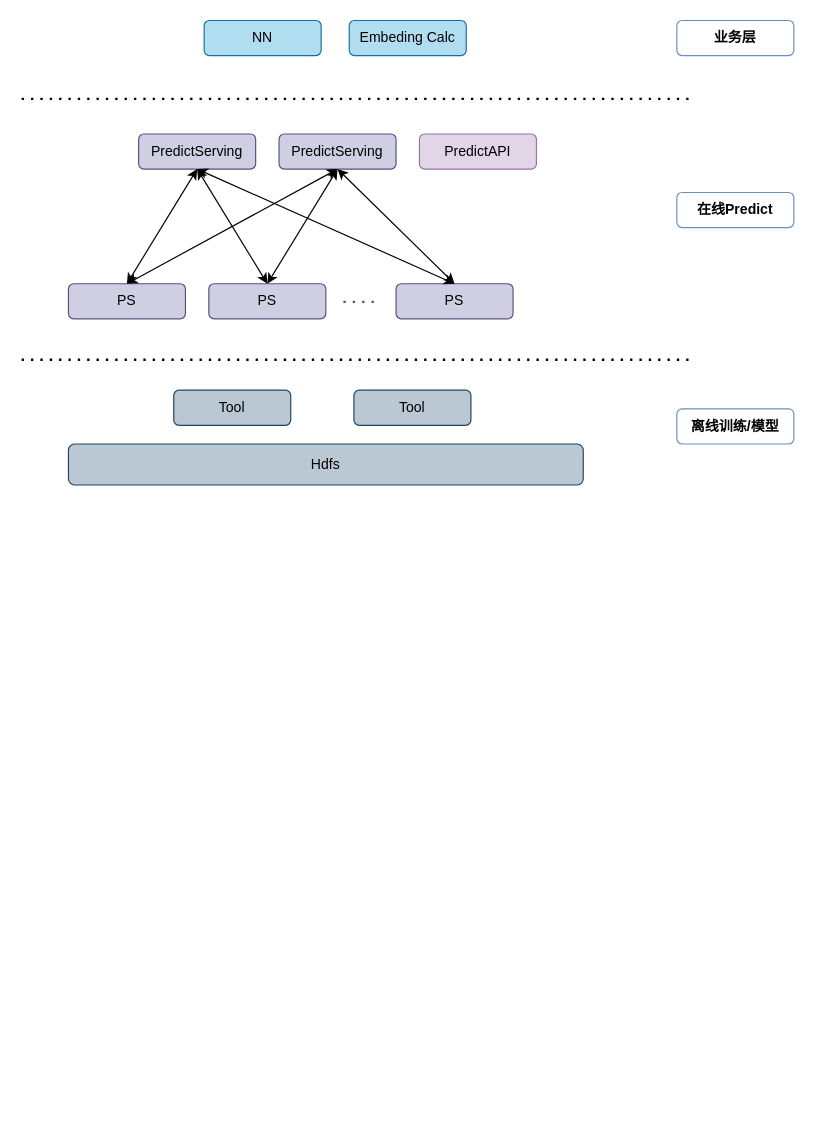
Before: NN-PS Diagram.drawio in JackHsiung/totoro, a draw.io diagram. Source tidied: cells renumbered, new cells numbered last; positions are measured from the earlier drawing's top-left corner, leaving out a move shared by most shapes. Both pictures are drawn from the tidied source at 117%, with x=0, y=0 at pixel (21, 20).
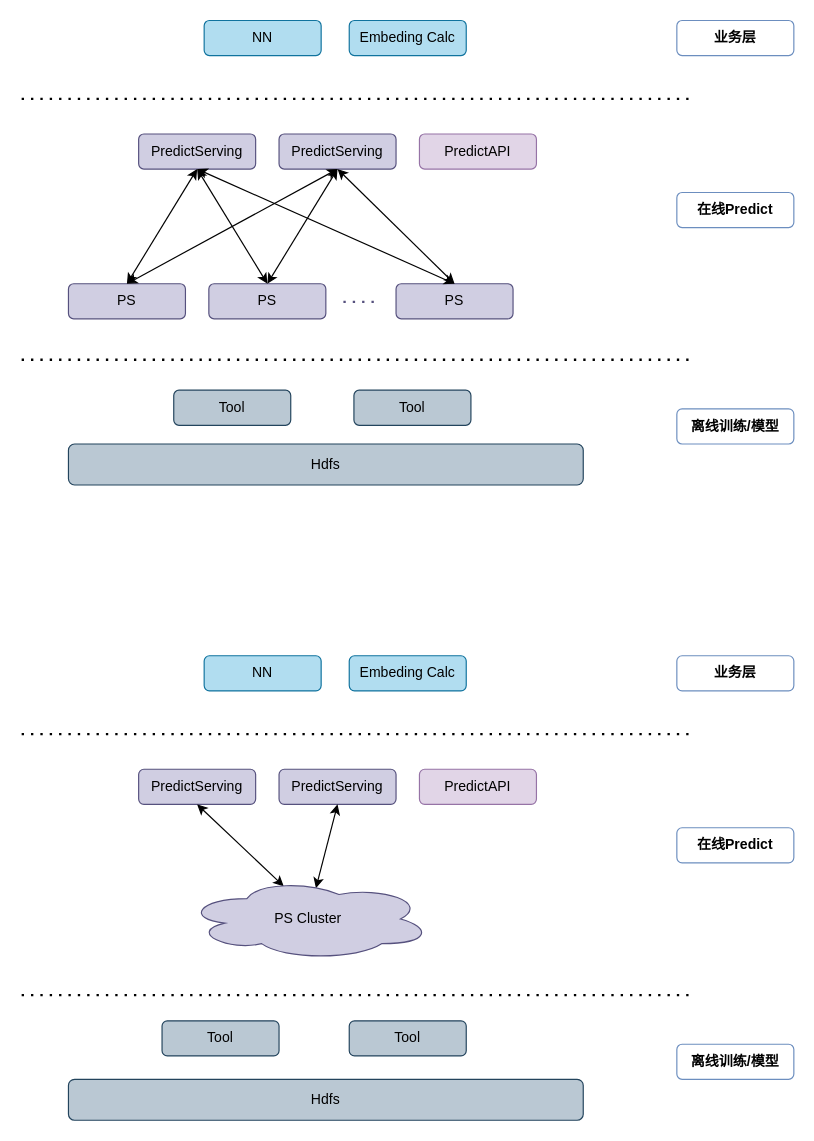
Above is the later version.

Change to the diagram source:
```diff
@@
+    <mxCell id="25" value="PredictServing" style="rounded=1;whiteSpace=wrap;html=1;fillColor=#d0cee2;strokeColor=#56517e;" parent="1" vertex="1">
+      <mxGeometry x="100" y="640" width="100" height="30" as="geometry" />
+    </mxCell>
+    <mxCell id="26" value="PredictServing" style="rounded=1;whiteSpace=wrap;html=1;fillColor=#d0cee2;strokeColor=#56517e;" parent="1" vertex="1">
+      <mxGeometry x="220" y="640" width="100" height="30" as="geometry" />
+    </mxCell>
+    <mxCell id="27" style="endArrow=classic;startArrow=classic;html=1;exitX=0.4;exitY=0.1;exitDx=0;exitDy=0;exitPerimeter=0;" parent="1" edge="1" source="40">
+      <mxGeometry relative="1" as="geometry">
+        <mxPoint x="150" y="670" as="targetPoint" />
+      </mxGeometry>
+    </mxCell>
+    <mxCell id="28" style="endArrow=classic;startArrow=classic;html=1;exitX=0.531;exitY=0.123;exitDx=0;exitDy=0;exitPerimeter=0;" parent="1" edge="1" source="40">
+      <mxGeometry relative="1" as="geometry">
+        <mxPoint x="270" y="670" as="targetPoint" />
+      </mxGeometry>
+    </mxCell>
+    <mxCell id="29" value="Hdfs" style="rounded=1;whiteSpace=wrap;html=1;fillColor=#bac8d3;strokeColor=#23445d;" parent="1" vertex="1">
+      <mxGeometry x="40" y="905" width="440" height="35" as="geometry" />
+    </mxCell>
+    <mxCell id="30" style="endArrow=none;dashed=1;html=1;dashPattern=1 3;strokeWidth=2;" parent="1" edge="1">
+      <mxGeometry relative="1" as="geometry">
+        <mxPoint y="833" as="sourcePoint" />
+        <mxPoint x="570" y="833" as="targetPoint" />
+      </mxGeometry>
+    </mxCell>
+    <mxCell id="31" value="在线Predict" style="rounded=1;whiteSpace=wrap;html=1;strokeColor=#6c8ebf;fillColor=none;fontStyle=1;" parent="1" vertex="1">
+      <mxGeometry x="560" y="690" width="100" height="30" as="geometry" />
+    </mxCell>
+    <mxCell id="32" value="PredictAPI" style="rounded=1;whiteSpace=wrap;html=1;fillColor=#e1d5e7;strokeColor=#9673a6;" parent="1" vertex="1">
+      <mxGeometry x="340" y="640" width="100" height="30" as="geometry" />
+    </mxCell>
+    <mxCell id="33" value="Tool" style="rounded=1;whiteSpace=wrap;html=1;fillColor=#bac8d3;strokeColor=#23445d;" parent="1" vertex="1">
+      <mxGeometry x="120" y="855" width="100" height="30" as="geometry" />
+    </mxCell>
+    <mxCell id="34" value="Tool" style="rounded=1;whiteSpace=wrap;html=1;fillColor=#bac8d3;strokeColor=#23445d;" parent="1" vertex="1">
+      <mxGeometry x="280" y="855" width="100" height="30" as="geometry" />
+    </mxCell>
+    <mxCell id="35" style="endArrow=none;dashed=1;html=1;dashPattern=1 3;strokeWidth=2;" parent="1" edge="1">
+      <mxGeometry relative="1" as="geometry">
+        <mxPoint y="610" as="sourcePoint" />
+        <mxPoint x="570" y="610" as="targetPoint" />
+      </mxGeometry>
+    </mxCell>
+    <mxCell id="36" value="业务层" style="rounded=1;whiteSpace=wrap;html=1;strokeColor=#6c8ebf;fillColor=none;fontStyle=1;" parent="1" vertex="1">
+      <mxGeometry x="560" y="543" width="100" height="30" as="geometry" />
+    </mxCell>
+    <mxCell id="37" value="NN" style="rounded=1;whiteSpace=wrap;html=1;fillColor=#b1ddf0;strokeColor=#10739e;labelBackgroundColor=none;labelBorderColor=none;" parent="1" vertex="1">
+      <mxGeometry x="156" y="543" width="100" height="30" as="geometry" />
+    </mxCell>
+    <mxCell id="38" value="Embeding Calc" style="rounded=1;whiteSpace=wrap;html=1;fillColor=#b1ddf0;strokeColor=#10739e;labelBackgroundColor=none;labelBorderColor=none;" parent="1" vertex="1">
+      <mxGeometry x="280" y="543" width="100" height="30" as="geometry" />
+    </mxCell>
+    <mxCell id="39" value="离线训练/模型" style="rounded=1;whiteSpace=wrap;html=1;strokeColor=#6c8ebf;fillColor=none;fontStyle=1;" parent="1" vertex="1">
+      <mxGeometry x="560" y="875" width="100" height="30" as="geometry" />
+    </mxCell>
+    <mxCell id="40" value="PS Cluster" style="ellipse;shape=cloud;whiteSpace=wrap;html=1;labelBackgroundColor=none;strokeColor=#56517e;fillColor=#d0cee2;" parent="1" vertex="1">
+      <mxGeometry x="140" y="733" width="210" height="70" as="geometry" />
+    </mxCell>
```
